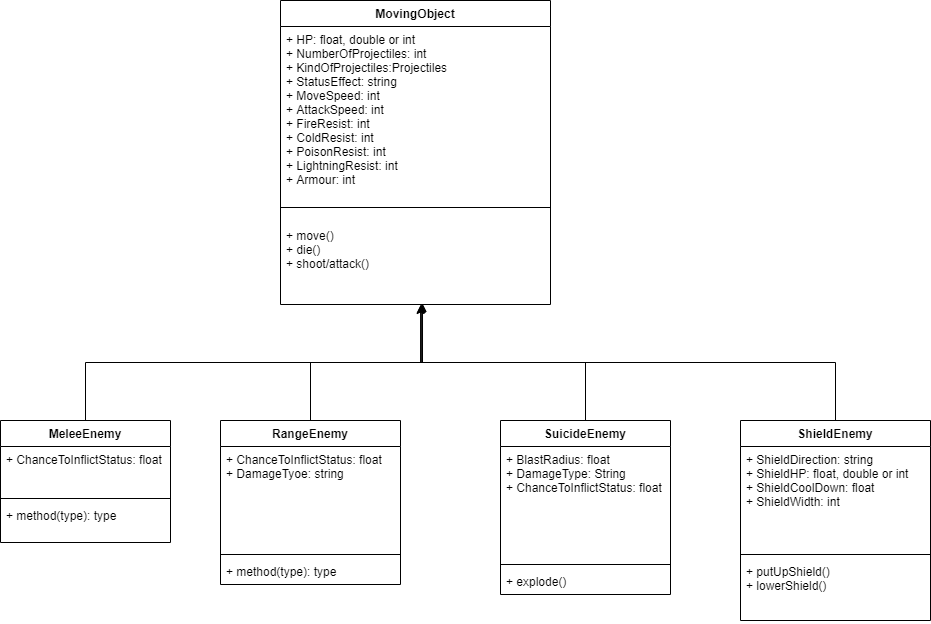
Earlier version of the draw.io export SE100-P0 Unity Game Project Class Diagram.png (asdqwe02/Project-NDC). Source tidied: cells renumbered, new cells last; positions are measured from the earlier drawing's top-left corner, leaving out a move shared by most shapes.
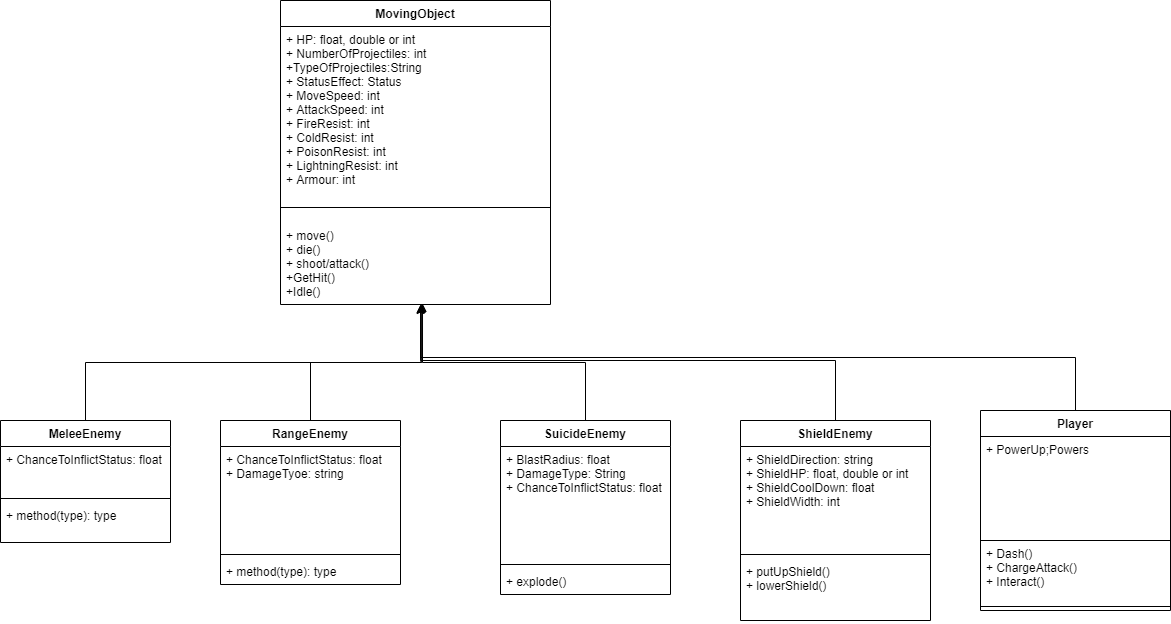
The same diagram one commit later.

Change to the diagram source:
```diff
@@ -5,13 +5,13 @@
     <mxCell id="2" value="MovingObject" style="swimlane;fontStyle=1;align=center;verticalAlign=top;horizontal=1;startSize=26;" parent="1" vertex="1">
       <mxGeometry x="280" width="270" height="304" as="geometry" />
     </mxCell>
-    <mxCell id="3" value="+ HP: float, double or int&#10;+ NumberOfProjectiles: int&#10;+ KindOfProjectiles:Projectiles&#10;+ StatusEffect: string&#10;+ MoveSpeed: int&#10;+ AttackSpeed: int&#10;+ FireResist: int&#10;+ ColdResist: int&#10;+ PoisonResist: int&#10;+ LightningResist: int&#10;+ Armour: int&#10;&#10; " style="text;strokeColor=none;fillColor=none;align=left;verticalAlign=top;spacingLeft=4;spacingRight=4;overflow=hidden;" parent="2" vertex="1">
+    <mxCell id="3" value="+ HP: float, double or int&#10;+ NumberOfProjectiles: int&#10;+TypeOfProjectiles:String&#10;+ StatusEffect: Status&#10;+ MoveSpeed: int&#10;+ AttackSpeed: int&#10;+ FireResist: int&#10;+ ColdResist: int&#10;+ PoisonResist: int&#10;+ LightningResist: int&#10;+ Armour: int&#10;&#10; " style="text;strokeColor=none;fillColor=none;align=left;verticalAlign=top;spacingLeft=4;spacingRight=4;overflow=hidden;" parent="2" vertex="1">
       <mxGeometry y="26" width="270" height="166" as="geometry" />
     </mxCell>
     <mxCell id="4" style="line;strokeWidth=1;fillColor=none;align=left;verticalAlign=middle;spacingTop=-1;spacingLeft=3;spacingRight=3;labelPosition=right;" parent="2" vertex="1">
       <mxGeometry y="192" width="270" height="30" as="geometry" />
     </mxCell>
-    <mxCell id="5" value="+ move()&#10;+ die()&#10;+ shoot/attack()" style="text;strokeColor=none;fillColor=none;align=left;verticalAlign=top;spacingLeft=4;spacingRight=4;overflow=hidden;points=[[0,0.5],[1,0.5]];portConstraint=eastwest;" parent="2" vertex="1">
+    <mxCell id="5" value="+ move()&#10;+ die()&#10;+ shoot/attack()&#10;+GetHit()&#10;+Idle()" style="text;strokeColor=none;fillColor=none;align=left;verticalAlign=top;spacingLeft=4;spacingRight=4;overflow=hidden;points=[[0,0.5],[1,0.5]];portConstraint=eastwest;" parent="2" vertex="1">
       <mxGeometry y="222" width="270" height="82" as="geometry" />
     </mxCell>
     <mxCell id="6" style="edgeStyle=orthogonalEdgeStyle;rounded=0;jettySize=auto;html=1;entryX=0.523;entryY=1;entryDx=0;entryDy=0;entryPerimeter=0;" parent="1" edge="1" source="7" target="5">
@@ -60,7 +60,12 @@
       <mxGeometry y="148" width="170" height="26" as="geometry" />
     </mxCell>
     <mxCell id="21" style="edgeStyle=orthogonalEdgeStyle;rounded=0;jettySize=auto;html=1;entryX=0.519;entryY=1.012;entryDx=0;entryDy=0;entryPerimeter=0;" parent="1" edge="1" source="22" target="5">
-      <mxGeometry relative="1" as="geometry" />
+      <mxGeometry relative="1" as="geometry">
+        <Array as="points">
+          <mxPoint x="835" y="360" />
+          <mxPoint x="420" y="360" />
+        </Array>
+      </mxGeometry>
     </mxCell>
     <mxCell id="22" value="ShieldEnemy" style="swimlane;fontStyle=1;align=center;verticalAlign=top;horizontal=1;startSize=26;" parent="1" vertex="1">
       <mxGeometry x="740" y="420" width="190" height="200" as="geometry" />
@@ -74,5 +79,20 @@
     <mxCell id="25" value="+ putUpShield()&#10;+ lowerShield()" style="text;strokeColor=none;fillColor=none;align=left;verticalAlign=top;spacingLeft=4;spacingRight=4;overflow=hidden;" parent="22" vertex="1">
       <mxGeometry y="138" width="190" height="62" as="geometry" />
     </mxCell>
+    <mxCell id="26" style="edgeStyle=orthogonalEdgeStyle;rounded=0;jettySize=auto;html=1;entryX=0.519;entryY=1;entryDx=0;entryDy=0;entryPerimeter=0;" parent="1" edge="1" source="27" target="5">
+      <mxGeometry relative="1" as="geometry" />
+    </mxCell>
+    <mxCell id="27" value="Player" style="swimlane;fontStyle=1;align=center;verticalAlign=top;horizontal=1;startSize=26;" parent="1" vertex="1">
+      <mxGeometry x="980" y="410" width="190" height="200" as="geometry" />
+    </mxCell>
+    <mxCell id="28" value="+ PowerUp;Powers" style="text;fillColor=none;align=left;verticalAlign=top;spacingLeft=4;spacingRight=4;overflow=hidden;strokeColor=#000000;" parent="27" vertex="1">
+      <mxGeometry y="26" width="190" height="104" as="geometry" />
+    </mxCell>
+    <mxCell id="29" value="+ Dash()&#10;+ ChargeAttack()&#10;+ Interact()" style="text;fillColor=none;align=left;verticalAlign=top;spacingLeft=4;spacingRight=4;overflow=hidden;" parent="27" vertex="1">
+      <mxGeometry y="130" width="190" height="62" as="geometry" />
+    </mxCell>
+    <mxCell id="30" style="line;strokeWidth=1;fillColor=none;align=left;verticalAlign=middle;spacingTop=-1;spacingLeft=3;spacingRight=3;labelPosition=right;" parent="27" vertex="1">
+      <mxGeometry y="192" width="190" height="8" as="geometry" />
+    </mxCell>
   </root>
 </mxGraphModel>
```
